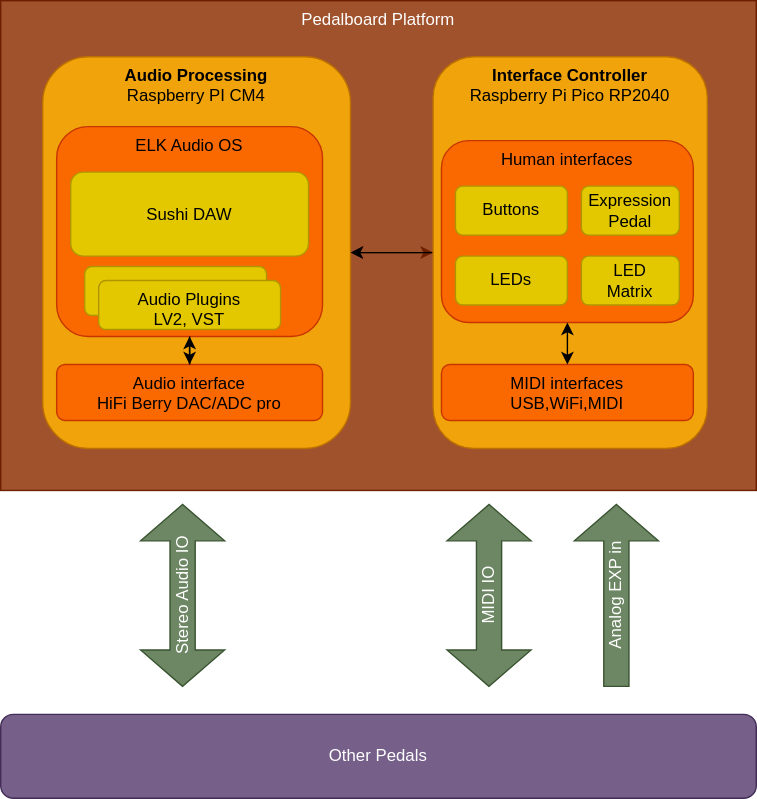
pedalboard/.github keeps this draw.io diagram as diagram/architecture.drawio.svg. Above is the earlier version. Source tidied: cells renumbered, new cells last; positions are measured from the earlier drawing's top-left corner, leaving out a move shared by most shapes. The source it was exported from:
```xml
<mxGraphModel>
  <root>
    <mxCell id="0" />
    <mxCell id="1" parent="0" />
    <mxCell id="2" value="Pedalboard Platform" style="rounded=0;whiteSpace=wrap;html=1;fillColor=#a0522d;fontColor=#ffffff;strokeColor=#6D1F00;verticalAlign=top;" parent="1" vertex="1">
      <mxGeometry width="540" height="350" as="geometry" />
    </mxCell>
    <mxCell id="3" style="rounded=0;jettySize=auto;html=1;entryX=0;entryY=0.5;entryDx=0;entryDy=0;fillColor=#a0522d;strokeColor=#6D1F00;startArrow=classic;startFill=1;" parent="1" edge="1" source="4" target="6">
      <mxGeometry relative="1" as="geometry" />
    </mxCell>
    <mxCell id="4" value="&lt;b&gt;Audio Processing&lt;/b&gt;&lt;br&gt;Raspberry PI CM4" style="rounded=1;whiteSpace=wrap;html=1;fillColor=#f0a30a;fontColor=#000000;strokeColor=#BD7000;verticalAlign=top;" parent="1" vertex="1">
      <mxGeometry x="30" y="40" width="220" height="280" as="geometry" />
    </mxCell>
    <mxCell id="5" style="edgeStyle=orthogonalEdgeStyle;rounded=0;jettySize=auto;html=1;entryX=1;entryY=0.5;entryDx=0;entryDy=0;endArrow=classic;endFill=1;labelBorderColor=none;labelBackgroundColor=none;" parent="1" edge="1" source="6" target="4">
      <mxGeometry relative="1" as="geometry" />
    </mxCell>
    <mxCell id="6" value="&lt;b&gt;Interface Controller&lt;/b&gt;&lt;br&gt;Raspberry Pi Pico RP2040" style="rounded=1;whiteSpace=wrap;html=1;fillColor=#f0a30a;fontColor=#000000;strokeColor=#BD7000;verticalAlign=top;" parent="1" vertex="1">
      <mxGeometry x="309" y="40" width="196" height="280" as="geometry" />
    </mxCell>
    <mxCell id="7" value="Human interfaces" style="rounded=1;whiteSpace=wrap;html=1;fillColor=#fa6800;fontColor=#000000;strokeColor=#C73500;verticalAlign=top;" parent="1" vertex="1">
      <mxGeometry x="315" y="100" width="180" height="130" as="geometry" />
    </mxCell>
    <mxCell id="8" value="MIDI interfaces&lt;br&gt;USB,WiFi,MIDI" style="rounded=1;whiteSpace=wrap;html=1;fillColor=#fa6800;fontColor=#000000;strokeColor=#C73500;verticalAlign=top;" parent="1" vertex="1">
      <mxGeometry x="315" y="260" width="180" height="40" as="geometry" />
    </mxCell>
    <mxCell id="9" style="endArrow=classic;startArrow=classic;html=1;rounded=0;entryX=0.5;entryY=1;entryDx=0;entryDy=0;exitX=0.5;exitY=0;exitDx=0;exitDy=0;" parent="1" edge="1" source="8" target="7">
      <mxGeometry relative="1" as="geometry" />
    </mxCell>
    <mxCell id="10" value="Buttons" style="rounded=1;whiteSpace=wrap;html=1;fillColor=#e3c800;fontColor=#000000;strokeColor=#B09500;" parent="1" vertex="1">
      <mxGeometry x="325" y="132.5" width="80" height="35" as="geometry" />
    </mxCell>
    <mxCell id="11" value="LEDs" style="rounded=1;whiteSpace=wrap;html=1;fillColor=#e3c800;fontColor=#000000;strokeColor=#B09500;" parent="1" vertex="1">
      <mxGeometry x="325" y="182.5" width="80" height="35" as="geometry" />
    </mxCell>
    <mxCell id="12" value="Expression&lt;br&gt;Pedal" style="rounded=1;whiteSpace=wrap;html=1;fillColor=#e3c800;fontColor=#000000;strokeColor=#B09500;" parent="1" vertex="1">
      <mxGeometry x="415" y="132.5" width="70" height="35" as="geometry" />
    </mxCell>
    <mxCell id="13" value="LED&lt;br&gt;Matrix" style="rounded=1;whiteSpace=wrap;html=1;fillColor=#e3c800;fontColor=#000000;strokeColor=#B09500;" parent="1" vertex="1">
      <mxGeometry x="415" y="182.5" width="70" height="35" as="geometry" />
    </mxCell>
    <mxCell id="14" value="MIDI IO" style="shape=doubleArrow;whiteSpace=wrap;html=1;rotation=-90;fillColor=#6d8764;fontColor=#ffffff;strokeColor=#3A5431;" parent="1" vertex="1">
      <mxGeometry x="284" y="395" width="130" height="60" as="geometry" />
    </mxCell>
    <mxCell id="15" value="Stereo Audio IO" style="shape=doubleArrow;whiteSpace=wrap;html=1;rotation=-90;fillColor=#6d8764;fontColor=#ffffff;strokeColor=#3A5431;" parent="1" vertex="1">
      <mxGeometry x="65" y="395" width="130" height="60" as="geometry" />
    </mxCell>
    <mxCell id="16" value="Other Pedals" style="rounded=1;whiteSpace=wrap;html=1;fillColor=#76608a;fontColor=#ffffff;strokeColor=#432D57;" parent="1" vertex="1">
      <mxGeometry y="510" width="540" height="60" as="geometry" />
    </mxCell>
    <mxCell id="17" value="Analog EXP in" style="shape=singleArrow;whiteSpace=wrap;html=1;rotation=-90;fillColor=#6d8764;fontColor=#ffffff;strokeColor=#3A5431;" parent="1" vertex="1">
      <mxGeometry x="375" y="395" width="130" height="60" as="geometry" />
    </mxCell>
    <mxCell id="18" value="ELK Audio OS&lt;br&gt;" style="rounded=1;whiteSpace=wrap;html=1;verticalAlign=top;fillColor=#fa6800;fontColor=#000000;strokeColor=#C73500;" parent="1" vertex="1">
      <mxGeometry x="40" y="90" width="190" height="150" as="geometry" />
    </mxCell>
    <mxCell id="19" value="Sushi DAW" style="rounded=1;whiteSpace=wrap;html=1;fillColor=#e3c800;fontColor=#000000;strokeColor=#B09500;" parent="1" vertex="1">
      <mxGeometry x="50" y="122.5" width="170" height="60" as="geometry" />
    </mxCell>
    <mxCell id="20" style="rounded=0;jettySize=auto;html=1;exitX=0.5;exitY=0;exitDx=0;exitDy=0;entryX=0.5;entryY=1;entryDx=0;entryDy=0;" parent="1" edge="1" source="21" target="18">
      <mxGeometry relative="1" as="geometry" />
    </mxCell>
    <mxCell id="21" value="Audio interface&lt;br&gt;HiFi Berry DAC/ADC pro" style="rounded=1;whiteSpace=wrap;html=1;fillColor=#fa6800;fontColor=#000000;strokeColor=#C73500;verticalAlign=top;" parent="1" vertex="1">
      <mxGeometry x="40" y="260" width="190" height="40" as="geometry" />
    </mxCell>
    <mxCell id="22" style="rounded=1;whiteSpace=wrap;html=1;fillColor=#e3c800;fontColor=#000000;strokeColor=#B09500;" parent="1" vertex="1">
      <mxGeometry x="60" y="190" width="130" height="35" as="geometry" />
    </mxCell>
    <mxCell id="23" style="edgeStyle=orthogonalEdgeStyle;rounded=0;jettySize=auto;html=1;exitX=0.5;exitY=1;exitDx=0;exitDy=0;" parent="1" edge="1" source="18" target="21">
      <mxGeometry relative="1" as="geometry" />
    </mxCell>
    <mxCell id="24" value="Audio Plugins&lt;br&gt;LV2, VST" style="rounded=1;whiteSpace=wrap;html=1;fillColor=#e3c800;fontColor=#000000;strokeColor=#B09500;verticalAlign=top;" parent="1" vertex="1">
      <mxGeometry x="70" y="200" width="130" height="35" as="geometry" />
    </mxCell>
  </root>
</mxGraphModel>
```
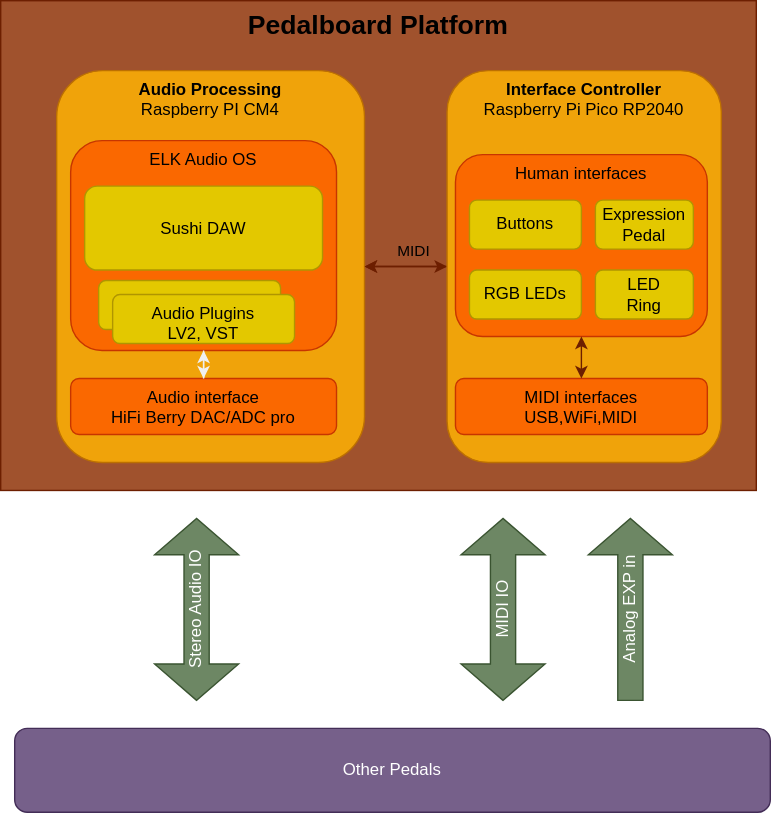
The same file after the commit.

Commit message:
Improve architecture image

What changed in the source:
```diff
@@ -2,8 +2,8 @@
   <root>
     <mxCell id="0" />
     <mxCell id="1" parent="0" />
-    <mxCell id="2" value="Pedalboard Platform" style="rounded=0;whiteSpace=wrap;html=1;fillColor=#a0522d;fontColor=#ffffff;strokeColor=#6D1F00;verticalAlign=top;" parent="1" vertex="1">
-      <mxGeometry width="540" height="350" as="geometry" />
+    <mxCell id="2" value="&lt;b&gt;&lt;font style=&quot;font-size: 19px;&quot;&gt;Pedalboard Platform&lt;/font&gt;&lt;/b&gt;" style="rounded=0;whiteSpace=wrap;html=1;fillColor=#a0522d;fontColor=#000000;strokeColor=#6D1F00;verticalAlign=top;" parent="1" vertex="1">
+      <mxGeometry x="-10" y="-10" width="540" height="350" as="geometry" />
     </mxCell>
     <mxCell id="3" style="rounded=0;jettySize=auto;html=1;entryX=0;entryY=0.5;entryDx=0;entryDy=0;fillColor=#a0522d;strokeColor=#6D1F00;startArrow=classic;startFill=1;" parent="1" edge="1" source="4" target="6">
       <mxGeometry relative="1" as="geometry" />
@@ -11,9 +11,14 @@
     <mxCell id="4" value="&lt;b&gt;Audio Processing&lt;/b&gt;&lt;br&gt;Raspberry PI CM4" style="rounded=1;whiteSpace=wrap;html=1;fillColor=#f0a30a;fontColor=#000000;strokeColor=#BD7000;verticalAlign=top;" parent="1" vertex="1">
       <mxGeometry x="30" y="40" width="220" height="280" as="geometry" />
     </mxCell>
-    <mxCell id="5" style="edgeStyle=orthogonalEdgeStyle;rounded=0;jettySize=auto;html=1;entryX=1;entryY=0.5;entryDx=0;entryDy=0;endArrow=classic;endFill=1;labelBorderColor=none;labelBackgroundColor=none;" parent="1" edge="1" source="6" target="4">
+    <mxCell id="5" style="rounded=0;jettySize=auto;entryX=1;entryY=0.5;entryDx=0;entryDy=0;endArrow=classic;endFill=1;labelBorderColor=none;labelBackgroundColor=none;verticalAlign=top;fontColor=#000000;strokeColor=#6D1F00;fillColor=#a0522d;" parent="1" edge="1" source="6" target="4">
       <mxGeometry relative="1" as="geometry" />
     </mxCell>
+    <mxCell id="25" value="MIDI" style="edgeLabel;html=1;align=center;verticalAlign=middle;fontColor=#000000;labelBackgroundColor=none;" parent="5" vertex="1">
+      <mxGeometry x="0.08" y="1" relative="1" as="geometry">
+        <mxPoint x="7" y="-13" as="offset" />
+      </mxGeometry>
+    </mxCell>
     <mxCell id="6" value="&lt;b&gt;Interface Controller&lt;/b&gt;&lt;br&gt;Raspberry Pi Pico RP2040" style="rounded=1;whiteSpace=wrap;html=1;fillColor=#f0a30a;fontColor=#000000;strokeColor=#BD7000;verticalAlign=top;" parent="1" vertex="1">
       <mxGeometry x="309" y="40" width="196" height="280" as="geometry" />
     </mxCell>
@@ -23,19 +28,19 @@
     <mxCell id="8" value="MIDI interfaces&lt;br&gt;USB,WiFi,MIDI" style="rounded=1;whiteSpace=wrap;html=1;fillColor=#fa6800;fontColor=#000000;strokeColor=#C73500;verticalAlign=top;" parent="1" vertex="1">
       <mxGeometry x="315" y="260" width="180" height="40" as="geometry" />
     </mxCell>
-    <mxCell id="9" style="endArrow=classic;startArrow=classic;html=1;rounded=0;entryX=0.5;entryY=1;entryDx=0;entryDy=0;exitX=0.5;exitY=0;exitDx=0;exitDy=0;" parent="1" edge="1" source="8" target="7">
+    <mxCell id="9" style="endArrow=classic;startArrow=classic;html=1;rounded=0;entryX=0.5;entryY=1;entryDx=0;entryDy=0;exitX=0.5;exitY=0;exitDx=0;exitDy=0;fillColor=#a0522d;strokeColor=#6D1F00;" parent="1" edge="1" source="8" target="7">
       <mxGeometry relative="1" as="geometry" />
     </mxCell>
     <mxCell id="10" value="Buttons" style="rounded=1;whiteSpace=wrap;html=1;fillColor=#e3c800;fontColor=#000000;strokeColor=#B09500;" parent="1" vertex="1">
       <mxGeometry x="325" y="132.5" width="80" height="35" as="geometry" />
     </mxCell>
-    <mxCell id="11" value="LEDs" style="rounded=1;whiteSpace=wrap;html=1;fillColor=#e3c800;fontColor=#000000;strokeColor=#B09500;" parent="1" vertex="1">
+    <mxCell id="11" value="RGB LEDs" style="rounded=1;whiteSpace=wrap;html=1;fillColor=#e3c800;fontColor=#000000;strokeColor=#B09500;" parent="1" vertex="1">
       <mxGeometry x="325" y="182.5" width="80" height="35" as="geometry" />
     </mxCell>
     <mxCell id="12" value="Expression&lt;br&gt;Pedal" style="rounded=1;whiteSpace=wrap;html=1;fillColor=#e3c800;fontColor=#000000;strokeColor=#B09500;" parent="1" vertex="1">
       <mxGeometry x="415" y="132.5" width="70" height="35" as="geometry" />
     </mxCell>
-    <mxCell id="13" value="LED&lt;br&gt;Matrix" style="rounded=1;whiteSpace=wrap;html=1;fillColor=#e3c800;fontColor=#000000;strokeColor=#B09500;" parent="1" vertex="1">
+    <mxCell id="13" value="LED&lt;br&gt;Ring" style="rounded=1;whiteSpace=wrap;html=1;fillColor=#e3c800;fontColor=#000000;strokeColor=#B09500;" parent="1" vertex="1">
       <mxGeometry x="415" y="182.5" width="70" height="35" as="geometry" />
     </mxCell>
     <mxCell id="14" value="MIDI IO" style="shape=doubleArrow;whiteSpace=wrap;html=1;rotation=-90;fillColor=#6d8764;fontColor=#ffffff;strokeColor=#3A5431;" parent="1" vertex="1">
```
